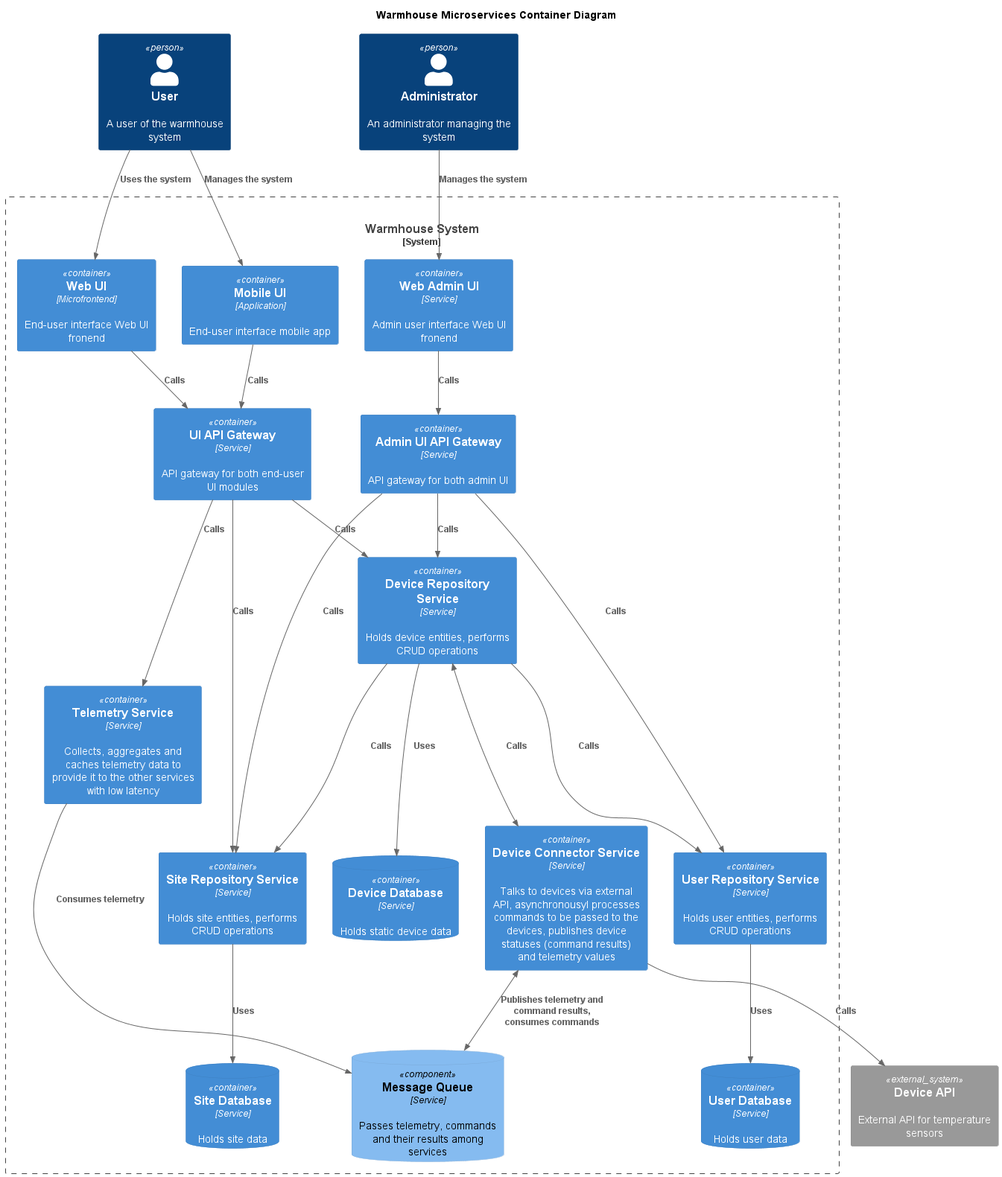
This is schemas/png/MicroservicesContainer/Microservices.png from El-76/architect-warmhouse, a PlantUML export, as it was before one commit.
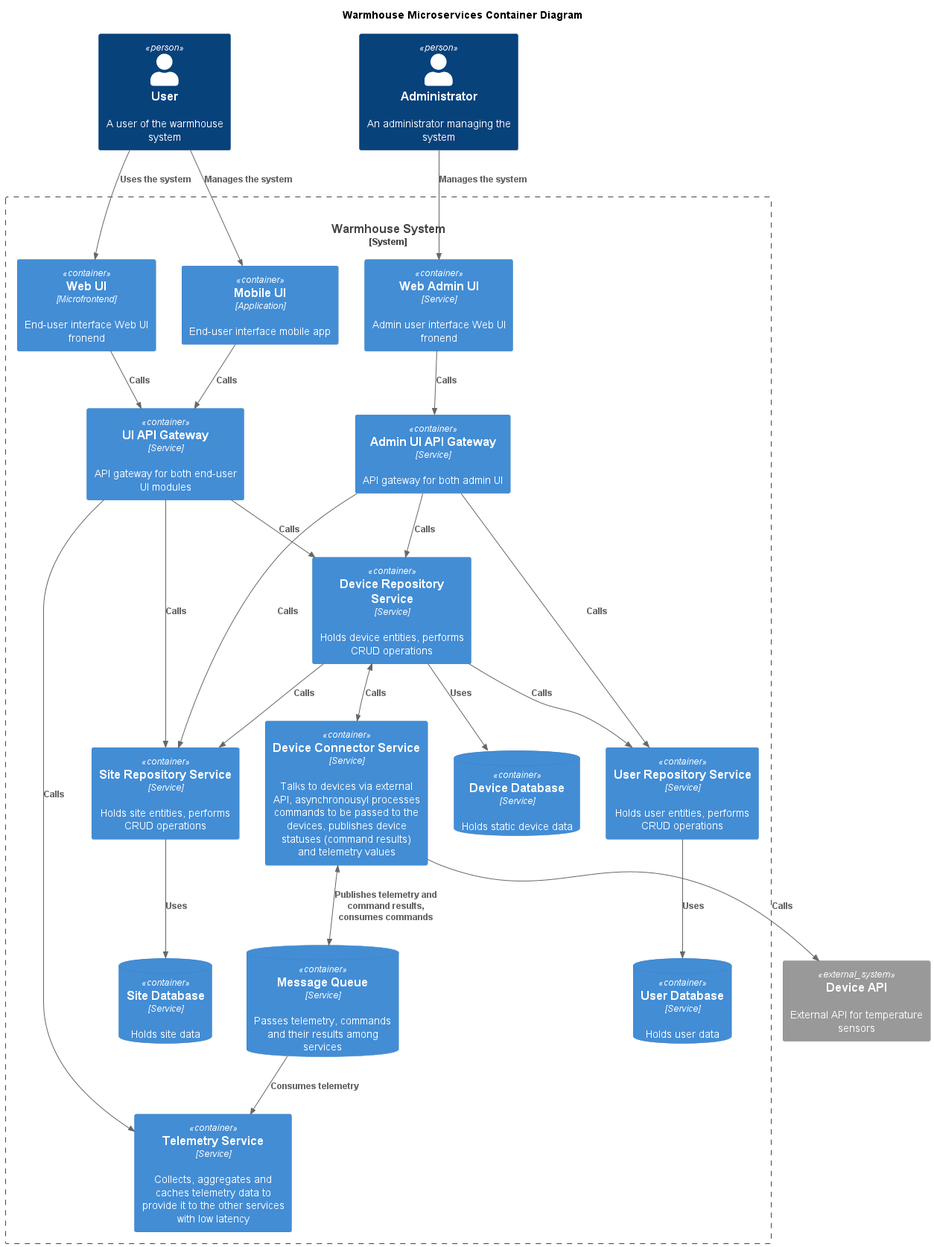
After the change.

The edit, as a diff of the source:
```diff
@@ -21,7 +21,7 @@
     ContainerDb(SiteRepositoryDatabase, "Site Database", "Service", "Holds site data")
     Container(UserRepositoryService, "User Repository Service", "Service", "Holds user entities, performs CRUD operations")
     ContainerDb(UserRepositoryDatabase, "User Database", "Service", "Holds user data")
-    ComponentDb(MessageQueuee, "Message Queue", "Service", "Passes telemetry, commands and their results among services")
+    ContainerDb(MessageQueuee, "Message Queue", "Service", "Passes telemetry, commands and their results among services")
 }
 
 System_Ext(DeviceAPI, "Device API", "External API for temperature sensors")
@@ -45,7 +45,7 @@
 Rel(AdminUIAPIGateway, DeviceRepositoryService, "Calls")
 Rel(AdminUIAPIGateway, UserRepositoryService, "Calls")
 Rel(AdminUIAPIGateway, SiteRepositoryService, "Calls")
-Rel(TelemetryService, MessageQueuee, "Consumes telemetry")
+Rel(MessageQueuee, TelemetryService, "Consumes telemetry")
 BiRel(DeviceConnectorService, MessageQueuee, "Publishes telemetry and command results, consumes commands")
 
 @enduml
```
